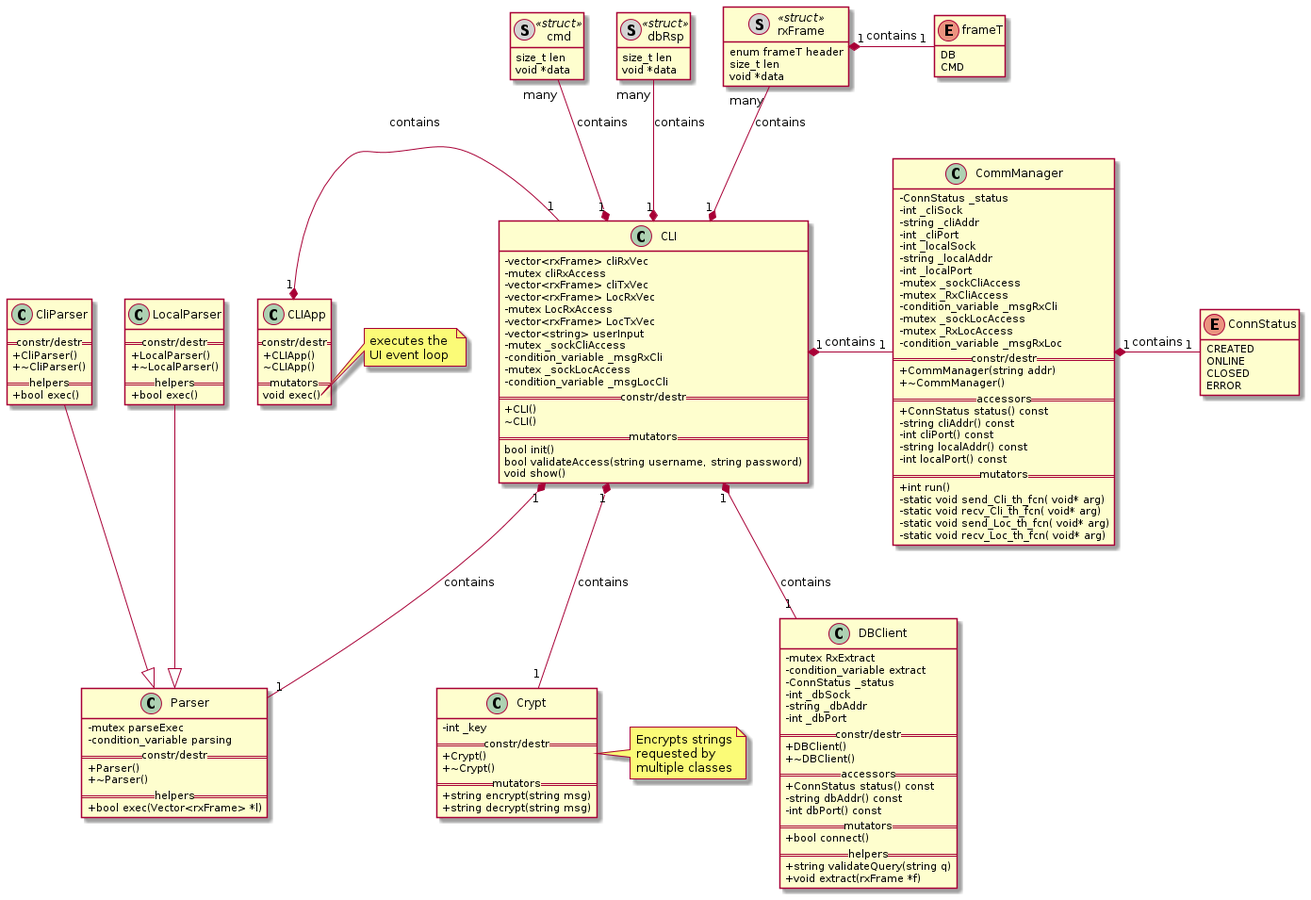
The PlantUML diagram Proj/report/img/class-diag-rs-hugo.png in ElectroQuanta/MDO, before a commit.
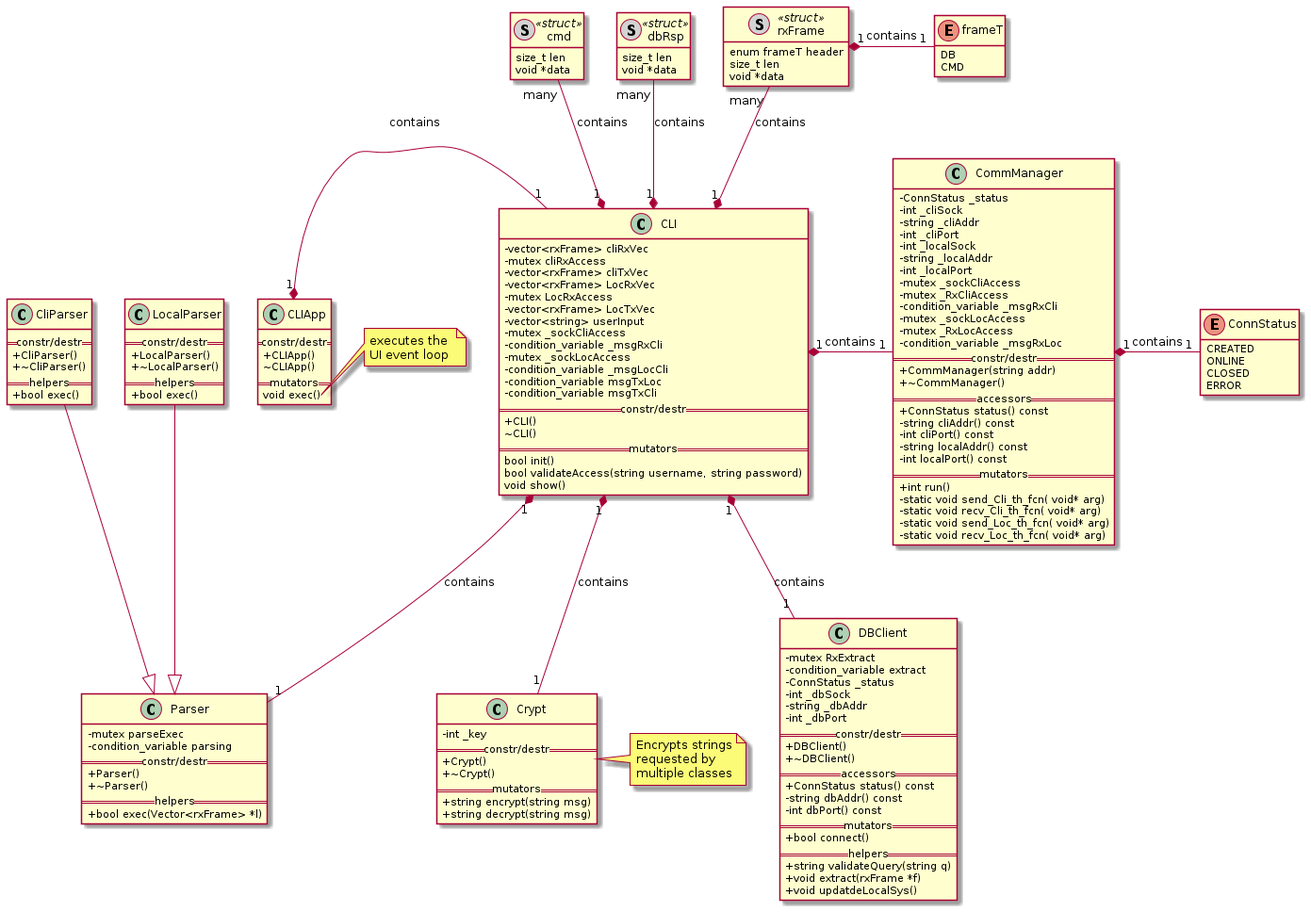
After the commit.

The edit, as a diff of the source:
```diff
@@ -52,6 +52,8 @@
   - condition_variable _msgRxCli
   - mutex _sockLocAccess
   - condition_variable _msgLocCli
+  - condition_variable msgTxLoc
+  - condition_variable msgTxCli
   == constr/destr ==
   +CLI()
   ~CLI()
@@ -125,6 +127,7 @@
   == helpers ==
   + string validateQuery(string q)
   + void extract(rxFrame *f)
+  + void updatdeLocalSys()
 }
 class Parser{
   -mutex parseExec
```
